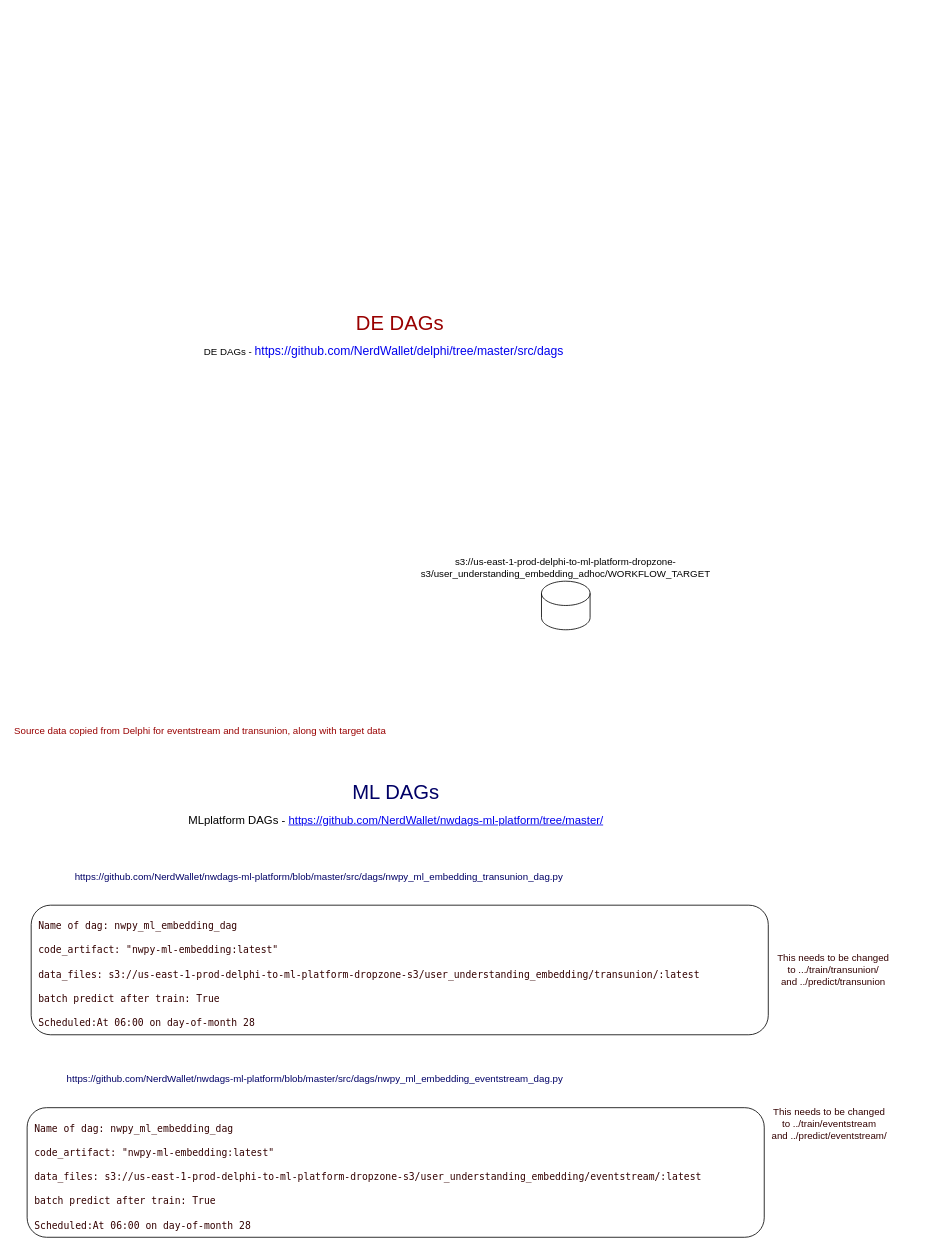
sjster/draw.io keeps this draw.io diagram as production_dags.drawio. Above is the earlier version. Source tidied: cells renumbered, new cells numbered last; positions are measured from the earlier drawing's top-left corner, leaving out a move shared by most shapes. Both pictures are drawn from the tidied source at 81%, with x=0, y=0 at pixel (27, 305).
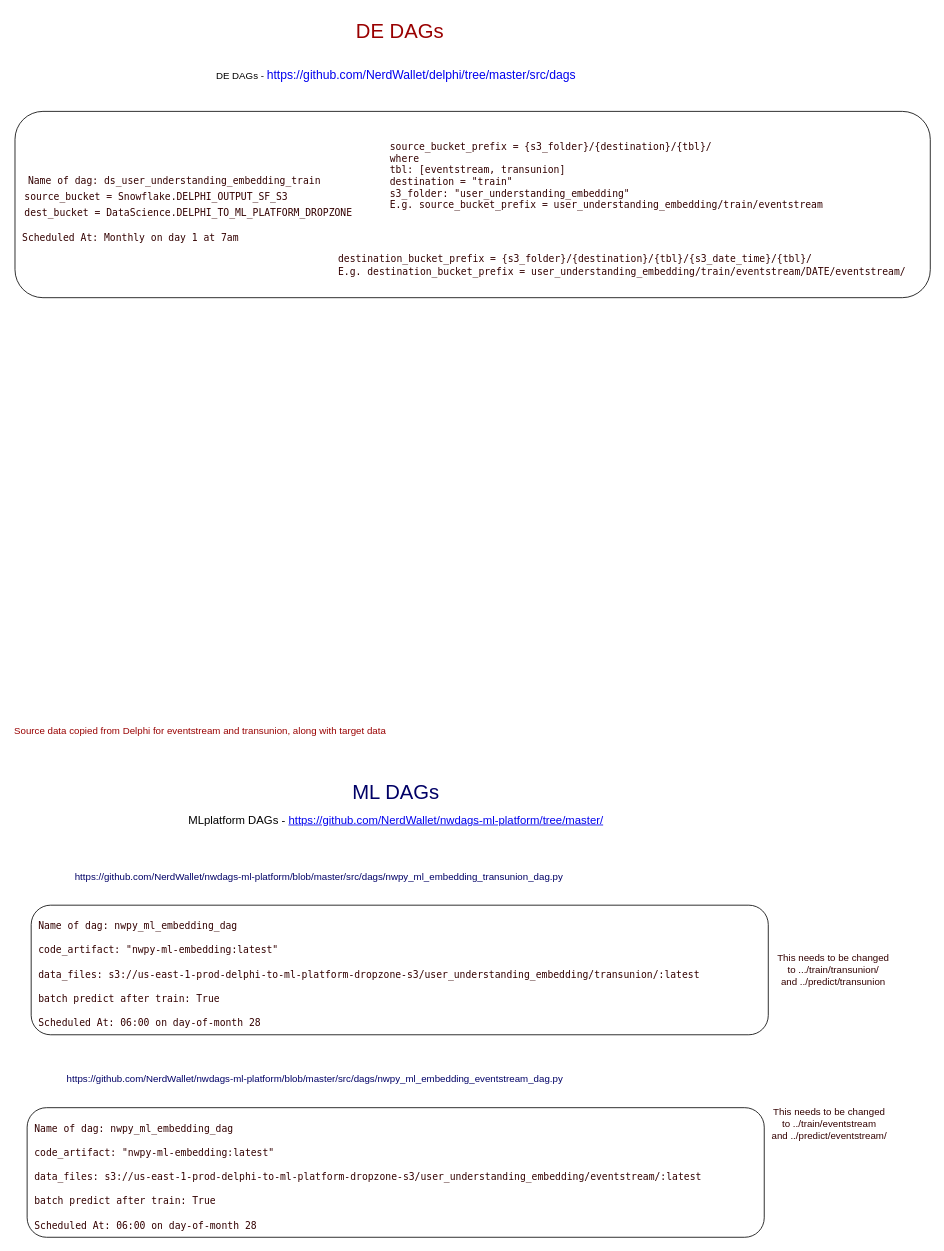
The same page after the edit.

Commit message:
DE embedding train updated

The edit, as a diff of the source:
```diff
@@
-    <mxCell id="2" value="s3://us-east-1-prod-delphi-to-ml-platform-dropzone-s3/user_understanding_embedding_adhoc/WORKFLOW_TARGET" style="shape=cylinder3;whiteSpace=wrap;html=1;boundedLbl=1;backgroundOutline=1;size=15;labelPosition=center;verticalLabelPosition=top;align=center;verticalAlign=bottom;" parent="1" vertex="1">
-      <mxGeometry x="635" y="340" width="60" height="60" as="geometry" />
-    </mxCell>
@@
     <mxCell id="6" value="DE DAGs -&amp;nbsp;&lt;a style=&quot;box-sizing: inherit; text-decoration-line: none; font-family: Slack-Lato, Slack-Fractions, appleLogo, sans-serif; font-size: 15px; font-variant-ligatures: common-ligatures; text-align: left;&quot; tabindex=&quot;-1&quot; rel=&quot;noopener noreferrer&quot; href=&quot;https://github.com/NerdWallet/delphi/tree/master/src/dags&quot; class=&quot;c-link&quot; target=&quot;_blank&quot;&gt;https://github.com/NerdWallet/delphi/tree/master/src/dags&lt;/a&gt;" style="text;html=1;align=center;verticalAlign=middle;strokeColor=none;fillColor=none;fontColor=#000000;" parent="1" vertex="1">
-      <mxGeometry x="205" y="40" width="470" height="30" as="geometry" />
+      <mxGeometry x="220" y="-300" width="470" height="30" as="geometry" />
     </mxCell>
     <mxCell id="7" value="&lt;font color=&quot;#990000&quot; style=&quot;font-size: 25px;&quot;&gt;DE DAGs&lt;/font&gt;" style="text;html=1;align=center;verticalAlign=middle;strokeColor=none;fillColor=none;" parent="1" vertex="1">
-      <mxGeometry x="395" width="130" height="40" as="geometry" />
+      <mxGeometry x="395" y="-360" width="130" height="40" as="geometry" />
     </mxCell>
@@
-    <mxCell id="9" value="&lt;span style=&quot;caret-color: rgb(165, 214, 255); font-family: ui-monospace, SFMono-Regular, &amp;quot;SF Mono&amp;quot;, Menlo, Consolas, &amp;quot;Liberation Mono&amp;quot;, monospace; font-size: 12px; text-size-adjust: auto;&quot;&gt;&lt;font color=&quot;#330000&quot;&gt;&lt;span style=&quot;white-space: pre;&quot;&gt; &lt;/span&gt;Name of dag: nwpy_ml_embedding_dag&lt;br&gt;&lt;span style=&quot;box-sizing: border-box; caret-color: rgb(201, 209, 217); text-size-adjust: auto;&quot; class=&quot;pl-s1&quot;&gt;&lt;span style=&quot;box-sizing: border-box;&quot; data-hydro-click=&quot;{&amp;quot;event_type&amp;quot;:&amp;quot;code_navigation.click_on_symbol&amp;quot;,&amp;quot;payload&amp;quot;:{&amp;quot;action&amp;quot;:&amp;quot;click_on_symbol&amp;quot;,&amp;quot;repository_id&amp;quot;:171959319,&amp;quot;ref&amp;quot;:&amp;quot;master&amp;quot;,&amp;quot;language&amp;quot;:&amp;quot;Python&amp;quot;,&amp;quot;backend&amp;quot;:&amp;quot;ALEPH_PRECISE&amp;quot;,&amp;quot;code_nav_context&amp;quot;:&amp;quot;BLOB_VIEW&amp;quot;,&amp;quot;retry_backend&amp;quot;:&amp;quot;&amp;quot;,&amp;quot;originating_url&amp;quot;:&amp;quot;https://github.com/NerdWallet/nwdags-ml-platform/find-definition?q=code_artifact&amp;amp;blob_path=src%2Fdags%2Fnwpy_ml_embedding_eventstream_dag.py&amp;amp;ref=master&amp;amp;language=Python&amp;amp;row=12&amp;amp;col=0&amp;amp;code_nav_context=BLOB_VIEW&amp;quot;,&amp;quot;user_id&amp;quot;:102988599}}&quot; class=&quot;pl-token&quot;&gt;&lt;span style=&quot;white-space: pre;&quot;&gt; &lt;/span&gt;code_artifact:&lt;/span&gt;&lt;/span&gt;&lt;span style=&quot;caret-color: rgb(201, 209, 217); text-size-adjust: auto;&quot;&gt;&amp;nbsp;&lt;/span&gt;&lt;span style=&quot;box-sizing: border-box; text-size-adjust: auto;&quot; class=&quot;pl-s&quot;&gt;&quot;nwpy-ml-embedding:latest&quot;&lt;br&gt;&lt;span style=&quot;text-size-adjust: auto;&quot;&gt;&lt;span style=&quot;white-space: pre;&quot;&gt; &lt;/span&gt;data_files: s3://us-east-1-prod-delphi-to-ml-platform-dropzone-s3/user_understanding_embedding/transunion/:latest&lt;br&gt;&lt;/span&gt;&lt;/span&gt;&lt;span style=&quot;white-space: pre;&quot;&gt; &lt;/span&gt;batch predict after train: True&amp;nbsp;&lt;br&gt;&lt;/font&gt;&lt;span style=&quot;caret-color: rgb(139, 148, 158); text-size-adjust: auto;&quot;&gt;&lt;font color=&quot;#330000&quot;&gt;&lt;span style=&quot;white-space: pre;&quot;&gt; &lt;/span&gt;Scheduled:At 06:00 on day-of-month 28&lt;/font&gt;&lt;/span&gt;&lt;br&gt;&lt;/span&gt;" style="rounded=1;whiteSpace=wrap;html=1;fontSize=25;fontColor=#000066;align=left;" parent="1" vertex="1">
+    <mxCell id="9" value="&lt;span style=&quot;caret-color: rgb(165, 214, 255); font-family: ui-monospace, SFMono-Regular, &amp;quot;SF Mono&amp;quot;, Menlo, Consolas, &amp;quot;Liberation Mono&amp;quot;, monospace; font-size: 12px; text-size-adjust: auto;&quot;&gt;&lt;font color=&quot;#330000&quot;&gt;&lt;span style=&quot;white-space: pre;&quot;&gt; &lt;/span&gt;Name of dag: nwpy_ml_embedding_dag&lt;br&gt;&lt;span style=&quot;box-sizing: border-box; caret-color: rgb(201, 209, 217); text-size-adjust: auto;&quot; class=&quot;pl-s1&quot;&gt;&lt;span style=&quot;box-sizing: border-box;&quot; data-hydro-click=&quot;{&amp;quot;event_type&amp;quot;:&amp;quot;code_navigation.click_on_symbol&amp;quot;,&amp;quot;payload&amp;quot;:{&amp;quot;action&amp;quot;:&amp;quot;click_on_symbol&amp;quot;,&amp;quot;repository_id&amp;quot;:171959319,&amp;quot;ref&amp;quot;:&amp;quot;master&amp;quot;,&amp;quot;language&amp;quot;:&amp;quot;Python&amp;quot;,&amp;quot;backend&amp;quot;:&amp;quot;ALEPH_PRECISE&amp;quot;,&amp;quot;code_nav_context&amp;quot;:&amp;quot;BLOB_VIEW&amp;quot;,&amp;quot;retry_backend&amp;quot;:&amp;quot;&amp;quot;,&amp;quot;originating_url&amp;quot;:&amp;quot;https://github.com/NerdWallet/nwdags-ml-platform/find-definition?q=code_artifact&amp;amp;blob_path=src%2Fdags%2Fnwpy_ml_embedding_eventstream_dag.py&amp;amp;ref=master&amp;amp;language=Python&amp;amp;row=12&amp;amp;col=0&amp;amp;code_nav_context=BLOB_VIEW&amp;quot;,&amp;quot;user_id&amp;quot;:102988599}}&quot; class=&quot;pl-token&quot;&gt;&lt;span style=&quot;white-space: pre;&quot;&gt; &lt;/span&gt;code_artifact:&lt;/span&gt;&lt;/span&gt;&lt;span style=&quot;caret-color: rgb(201, 209, 217); text-size-adjust: auto;&quot;&gt;&amp;nbsp;&lt;/span&gt;&lt;span style=&quot;box-sizing: border-box; text-size-adjust: auto;&quot; class=&quot;pl-s&quot;&gt;&quot;nwpy-ml-embedding:latest&quot;&lt;br&gt;&lt;span style=&quot;text-size-adjust: auto;&quot;&gt;&lt;span style=&quot;white-space: pre;&quot;&gt; &lt;/span&gt;data_files: s3://us-east-1-prod-delphi-to-ml-platform-dropzone-s3/user_understanding_embedding/transunion/:latest&lt;br&gt;&lt;/span&gt;&lt;/span&gt;&lt;span style=&quot;white-space: pre;&quot;&gt; &lt;/span&gt;batch predict after train: True&amp;nbsp;&lt;br&gt;&lt;/font&gt;&lt;span style=&quot;caret-color: rgb(139, 148, 158); text-size-adjust: auto;&quot;&gt;&lt;font color=&quot;#330000&quot;&gt;&lt;span style=&quot;white-space: pre;&quot;&gt; &lt;/span&gt;Scheduled At: 06:00 on day-of-month 28&lt;/font&gt;&lt;/span&gt;&lt;br&gt;&lt;/span&gt;" style="rounded=1;whiteSpace=wrap;html=1;fontSize=25;fontColor=#000066;align=left;" parent="1" vertex="1">
       <mxGeometry x="5" y="740" width="910" height="160" as="geometry" />
     </mxCell>
@@
-    <mxCell id="12" value="&lt;span style=&quot;caret-color: rgb(165, 214, 255); font-family: ui-monospace, SFMono-Regular, &amp;quot;SF Mono&amp;quot;, Menlo, Consolas, &amp;quot;Liberation Mono&amp;quot;, monospace; font-size: 12px; text-size-adjust: auto;&quot;&gt;&lt;font color=&quot;#330000&quot;&gt;&lt;span style=&quot;white-space: pre;&quot;&gt; &lt;/span&gt;Name of dag: nwpy_ml_embedding_dag&lt;br&gt;&lt;span style=&quot;box-sizing: border-box; caret-color: rgb(201, 209, 217); text-size-adjust: auto;&quot; class=&quot;pl-s1&quot;&gt;&lt;span style=&quot;box-sizing: border-box;&quot; data-hydro-click=&quot;{&amp;quot;event_type&amp;quot;:&amp;quot;code_navigation.click_on_symbol&amp;quot;,&amp;quot;payload&amp;quot;:{&amp;quot;action&amp;quot;:&amp;quot;click_on_symbol&amp;quot;,&amp;quot;repository_id&amp;quot;:171959319,&amp;quot;ref&amp;quot;:&amp;quot;master&amp;quot;,&amp;quot;language&amp;quot;:&amp;quot;Python&amp;quot;,&amp;quot;backend&amp;quot;:&amp;quot;ALEPH_PRECISE&amp;quot;,&amp;quot;code_nav_context&amp;quot;:&amp;quot;BLOB_VIEW&amp;quot;,&amp;quot;retry_backend&amp;quot;:&amp;quot;&amp;quot;,&amp;quot;originating_url&amp;quot;:&amp;quot;https://github.com/NerdWallet/nwdags-ml-platform/find-definition?q=code_artifact&amp;amp;blob_path=src%2Fdags%2Fnwpy_ml_embedding_eventstream_dag.py&amp;amp;ref=master&amp;amp;language=Python&amp;amp;row=12&amp;amp;col=0&amp;amp;code_nav_context=BLOB_VIEW&amp;quot;,&amp;quot;user_id&amp;quot;:102988599}}&quot; class=&quot;pl-token&quot;&gt;&lt;span style=&quot;white-space: pre;&quot;&gt; &lt;/span&gt;code_artifact:&lt;/span&gt;&lt;/span&gt;&lt;span style=&quot;caret-color: rgb(201, 209, 217); text-size-adjust: auto;&quot;&gt;&amp;nbsp;&lt;/span&gt;&lt;span style=&quot;box-sizing: border-box; text-size-adjust: auto;&quot; class=&quot;pl-s&quot;&gt;&quot;nwpy-ml-embedding:latest&quot;&lt;br&gt;&lt;span style=&quot;text-size-adjust: auto;&quot;&gt;&lt;span style=&quot;white-space: pre;&quot;&gt; &lt;/span&gt;data_files: s3://us-east-1-prod-delphi-to-ml-platform-dropzone-s3/user_understanding_embedding/eventstream/:latest&lt;br&gt;&lt;/span&gt;&lt;/span&gt;&lt;span style=&quot;white-space: pre;&quot;&gt; &lt;/span&gt;batch predict after train: True&amp;nbsp;&lt;br&gt;&lt;/font&gt;&lt;span style=&quot;caret-color: rgb(139, 148, 158); text-size-adjust: auto;&quot;&gt;&lt;font color=&quot;#330000&quot;&gt;&lt;span style=&quot;white-space: pre;&quot;&gt; &lt;/span&gt;Scheduled:At 06:00 on day-of-month 28&lt;/font&gt;&lt;/span&gt;&lt;br&gt;&lt;/span&gt;" style="rounded=1;whiteSpace=wrap;html=1;fontSize=25;fontColor=#000066;align=left;" parent="1" vertex="1">
+    <mxCell id="12" value="&lt;span style=&quot;caret-color: rgb(165, 214, 255); font-family: ui-monospace, SFMono-Regular, &amp;quot;SF Mono&amp;quot;, Menlo, Consolas, &amp;quot;Liberation Mono&amp;quot;, monospace; font-size: 12px; text-size-adjust: auto;&quot;&gt;&lt;font color=&quot;#330000&quot;&gt;&lt;span style=&quot;white-space: pre;&quot;&gt; &lt;/span&gt;Name of dag: nwpy_ml_embedding_dag&lt;br&gt;&lt;span style=&quot;box-sizing: border-box; caret-color: rgb(201, 209, 217); text-size-adjust: auto;&quot; class=&quot;pl-s1&quot;&gt;&lt;span style=&quot;box-sizing: border-box;&quot; data-hydro-click=&quot;{&amp;quot;event_type&amp;quot;:&amp;quot;code_navigation.click_on_symbol&amp;quot;,&amp;quot;payload&amp;quot;:{&amp;quot;action&amp;quot;:&amp;quot;click_on_symbol&amp;quot;,&amp;quot;repository_id&amp;quot;:171959319,&amp;quot;ref&amp;quot;:&amp;quot;master&amp;quot;,&amp;quot;language&amp;quot;:&amp;quot;Python&amp;quot;,&amp;quot;backend&amp;quot;:&amp;quot;ALEPH_PRECISE&amp;quot;,&amp;quot;code_nav_context&amp;quot;:&amp;quot;BLOB_VIEW&amp;quot;,&amp;quot;retry_backend&amp;quot;:&amp;quot;&amp;quot;,&amp;quot;originating_url&amp;quot;:&amp;quot;https://github.com/NerdWallet/nwdags-ml-platform/find-definition?q=code_artifact&amp;amp;blob_path=src%2Fdags%2Fnwpy_ml_embedding_eventstream_dag.py&amp;amp;ref=master&amp;amp;language=Python&amp;amp;row=12&amp;amp;col=0&amp;amp;code_nav_context=BLOB_VIEW&amp;quot;,&amp;quot;user_id&amp;quot;:102988599}}&quot; class=&quot;pl-token&quot;&gt;&lt;span style=&quot;white-space: pre;&quot;&gt; &lt;/span&gt;code_artifact:&lt;/span&gt;&lt;/span&gt;&lt;span style=&quot;caret-color: rgb(201, 209, 217); text-size-adjust: auto;&quot;&gt;&amp;nbsp;&lt;/span&gt;&lt;span style=&quot;box-sizing: border-box; text-size-adjust: auto;&quot; class=&quot;pl-s&quot;&gt;&quot;nwpy-ml-embedding:latest&quot;&lt;br&gt;&lt;span style=&quot;text-size-adjust: auto;&quot;&gt;&lt;span style=&quot;white-space: pre;&quot;&gt; &lt;/span&gt;data_files: s3://us-east-1-prod-delphi-to-ml-platform-dropzone-s3/user_understanding_embedding/eventstream/:latest&lt;br&gt;&lt;/span&gt;&lt;/span&gt;&lt;span style=&quot;white-space: pre;&quot;&gt; &lt;/span&gt;batch predict after train: True&amp;nbsp;&lt;br&gt;&lt;/font&gt;&lt;span style=&quot;caret-color: rgb(139, 148, 158); text-size-adjust: auto;&quot;&gt;&lt;font color=&quot;#330000&quot;&gt;&lt;span style=&quot;white-space: pre;&quot;&gt; &lt;/span&gt;Scheduled At: 06:00 on day-of-month 28&lt;/font&gt;&lt;/span&gt;&lt;br&gt;&lt;/span&gt;" style="rounded=1;whiteSpace=wrap;html=1;fontSize=25;fontColor=#000066;align=left;" parent="1" vertex="1">
       <mxGeometry y="990" width="910" height="160" as="geometry" />
     </mxCell>
@@
+    <mxCell id="15" value="&lt;span style=&quot;caret-color: rgb(165, 214, 255); font-family: ui-monospace, SFMono-Regular, &amp;quot;SF Mono&amp;quot;, Menlo, Consolas, &amp;quot;Liberation Mono&amp;quot;, monospace; font-size: 12px; text-size-adjust: auto;&quot;&gt;&lt;font color=&quot;#330000&quot;&gt;&lt;span style=&quot;&quot;&gt;&lt;/span&gt;&amp;nbsp; Name of dag:&amp;nbsp;&lt;/font&gt;&lt;span style=&quot;text-size-adjust: auto;&quot;&gt;&lt;font color=&quot;#330000&quot;&gt;ds_user_understanding_embedding_train&lt;/font&gt;&lt;/span&gt;&lt;font color=&quot;#330000&quot;&gt;&lt;span style=&quot;box-sizing: border-box; text-size-adjust: auto;&quot; class=&quot;pl-s&quot;&gt;&lt;br&gt;&lt;/span&gt;&lt;/font&gt;&lt;table style=&quot;border-spacing: 0px; border-collapse: collapse; tab-size: 8; caret-color: rgb(201, 209, 217); color: rgb(201, 209, 217); font-family: -apple-system, BlinkMacSystemFont, &amp;quot;Segoe UI&amp;quot;, Helvetica, Arial, sans-serif, &amp;quot;Apple Color Emoji&amp;quot;, &amp;quot;Segoe UI Emoji&amp;quot;; font-size: 14px; text-indent: 0px; text-size-adjust: auto;&quot; class=&quot;highlight tab-size js-file-line-container js-code-nav-container js-tagsearch-file&quot;&gt;&lt;tbody style=&quot;box-sizing: border-box;&quot;&gt;&lt;tr style=&quot;box-sizing: border-box;&quot;&gt;&lt;td style=&quot;box-sizing: border-box; padding: 0px 10px; position: relative; line-height: 20px; vertical-align: top; overflow: visible; font-family: ui-monospace, SFMono-Regular, &amp;quot;SF Mono&amp;quot;, Menlo, Consolas, &amp;quot;Liberation Mono&amp;quot;, monospace; font-size: 12px; overflow-wrap: normal;&quot; class=&quot;blob-code blob-code-inner js-file-line&quot; id=&quot;LC97&quot;&gt;&lt;font color=&quot;#330000&quot;&gt;&lt;span style=&quot;box-sizing: border-box;&quot; class=&quot;pl-s1&quot;&gt;&lt;span style=&quot;box-sizing: border-box;&quot; data-hydro-click=&quot;{&amp;quot;event_type&amp;quot;:&amp;quot;code_navigation.click_on_symbol&amp;quot;,&amp;quot;payload&amp;quot;:{&amp;quot;action&amp;quot;:&amp;quot;click_on_symbol&amp;quot;,&amp;quot;repository_id&amp;quot;:181556173,&amp;quot;ref&amp;quot;:&amp;quot;master&amp;quot;,&amp;quot;language&amp;quot;:&amp;quot;Python&amp;quot;,&amp;quot;backend&amp;quot;:&amp;quot;ALEPH_PRECISE&amp;quot;,&amp;quot;code_nav_context&amp;quot;:&amp;quot;BLOB_VIEW&amp;quot;,&amp;quot;retry_backend&amp;quot;:&amp;quot;&amp;quot;,&amp;quot;originating_url&amp;quot;:&amp;quot;https://github.com/NerdWallet/delphi/find-definition?q=source_bucket&amp;amp;blob_path=src%2Fdags%2Fds_user_understanding_embedding_train.py&amp;amp;ref=master&amp;amp;language=Python&amp;amp;row=96&amp;amp;col=4&amp;amp;code_nav_context=BLOB_VIEW&amp;quot;,&amp;quot;user_id&amp;quot;:102988599}}&quot; class=&quot;pl-token&quot;&gt;source_bucket&lt;/span&gt;&lt;/span&gt; &lt;span style=&quot;box-sizing: border-box;&quot; class=&quot;pl-c1&quot;&gt;=&lt;/span&gt; &lt;span style=&quot;box-sizing: border-box;&quot; class=&quot;pl-v&quot;&gt;&lt;span style=&quot;box-sizing: border-box;&quot; data-hydro-click=&quot;{&amp;quot;event_type&amp;quot;:&amp;quot;code_navigation.click_on_symbol&amp;quot;,&amp;quot;payload&amp;quot;:{&amp;quot;action&amp;quot;:&amp;quot;click_on_symbol&amp;quot;,&amp;quot;repository_id&amp;quot;:181556173,&amp;quot;ref&amp;quot;:&amp;quot;master&amp;quot;,&amp;quot;language&amp;quot;:&amp;quot;Python&amp;quot;,&amp;quot;backend&amp;quot;:&amp;quot;ALEPH_PRECISE&amp;quot;,&amp;quot;code_nav_context&amp;quot;:&amp;quot;BLOB_VIEW&amp;quot;,&amp;quot;retry_backend&amp;quot;:&amp;quot;&amp;quot;,&amp;quot;originating_url&amp;quot;:&amp;quot;https://github.com/NerdWallet/delphi/find-definition?q=Snowflake&amp;amp;blob_path=src%2Fdags%2Fds_user_understanding_embedding_train.py&amp;amp;ref=master&amp;amp;language=Python&amp;amp;row=96&amp;amp;col=20&amp;amp;code_nav_context=BLOB_VIEW&amp;quot;,&amp;quot;user_id&amp;quot;:102988599}}&quot; class=&quot;pl-token&quot;&gt;Snowflake&lt;/span&gt;&lt;/span&gt;.&lt;span style=&quot;box-sizing: border-box;&quot; class=&quot;pl-v&quot;&gt;&lt;span style=&quot;box-sizing: border-box;&quot; data-hydro-click=&quot;{&amp;quot;event_type&amp;quot;:&amp;quot;code_navigation.click_on_symbol&amp;quot;,&amp;quot;payload&amp;quot;:{&amp;quot;action&amp;quot;:&amp;quot;click_on_symbol&amp;quot;,&amp;quot;repository_id&amp;quot;:181556173,&amp;quot;ref&amp;quot;:&amp;quot;master&amp;quot;,&amp;quot;language&amp;quot;:&amp;quot;Python&amp;quot;,&amp;quot;backend&amp;quot;:&amp;quot;ALEPH_PRECISE&amp;quot;,&amp;quot;code_nav_context&amp;quot;:&amp;quot;BLOB_VIEW&amp;quot;,&amp;quot;retry_backend&amp;quot;:&amp;quot;&amp;quot;,&amp;quot;originating_url&amp;quot;:&amp;quot;https://github.com/NerdWallet/delphi/find-definition?q=DELPHI_OUTPUT_SF_S3&amp;amp;blob_path=src%2Fdags%2Fds_user_understanding_embedding_train.py&amp;amp;ref=master&amp;amp;language=Python&amp;amp;row=96&amp;amp;col=30&amp;amp;code_nav_context=BLOB_VIEW&amp;quot;,&amp;quot;user_id&amp;quot;:102988599}}&quot; class=&quot;pl-token&quot;&gt;DELPHI_OUTPUT_SF_S3&lt;br&gt;&lt;/span&gt;&lt;/span&gt;dest_bucket&amp;nbsp;&lt;/font&gt;&lt;span style=&quot;color: rgb(51, 0, 0); box-sizing: border-box;&quot; class=&quot;pl-c1&quot;&gt;=&lt;/span&gt;&lt;span style=&quot;color: rgb(51, 0, 0);&quot;&gt;&amp;nbsp;&lt;/span&gt;&lt;span style=&quot;color: rgb(51, 0, 0); box-sizing: border-box;&quot; class=&quot;pl-v&quot;&gt;DataScience&lt;/span&gt;&lt;span style=&quot;color: rgb(51, 0, 0);&quot;&gt;.&lt;/span&gt;&lt;span style=&quot;color: rgb(51, 0, 0); box-sizing: border-box;&quot; class=&quot;pl-v&quot;&gt;DELPHI_TO_ML_PLATFORM_DROPZONE&lt;/span&gt;&lt;br&gt;&lt;font style=&quot;caret-color: rgb(165, 214, 255);&quot; color=&quot;#330000&quot;&gt;&lt;/font&gt;&lt;/td&gt;&lt;/tr&gt;&lt;/tbody&gt;&lt;/table&gt;&lt;font color=&quot;#330000&quot;&gt;&lt;span style=&quot;caret-color: rgb(139, 148, 158); text-size-adjust: auto;&quot;&gt;&amp;nbsp;Scheduled At:&amp;nbsp;&lt;/span&gt;&lt;span style=&quot;caret-color: rgb(139, 148, 158); text-size-adjust: auto;&quot;&gt;Monthly on day 1 at 7am&lt;/span&gt;&lt;/font&gt;&lt;br&gt;&lt;/span&gt;" style="rounded=1;whiteSpace=wrap;html=1;fontSize=25;fontColor=#000066;align=left;" parent="1" vertex="1">
+      <mxGeometry x="-15" y="-240" width="1130" height="230" as="geometry" />
+    </mxCell>
+    <mxCell id="16" value="&lt;div style=&quot;text-align: left;&quot;&gt;&lt;span style=&quot;font-family: ui-monospace, SFMono-Regular, &amp;quot;SF Mono&amp;quot;, Menlo, Consolas, &amp;quot;Liberation Mono&amp;quot;, monospace; caret-color: rgb(165, 214, 255); background-color: initial;&quot;&gt;source_bucket_prefix = {s3_folder}/{destination}/{tbl}/&amp;nbsp;&lt;/span&gt;&lt;/div&gt;&lt;span style=&quot;caret-color: rgb(165, 214, 255); font-family: ui-monospace, SFMono-Regular, &amp;quot;SF Mono&amp;quot;, Menlo, Consolas, &amp;quot;Liberation Mono&amp;quot;, monospace; text-size-adjust: auto;&quot;&gt;&lt;div style=&quot;text-align: left;&quot;&gt;&lt;span style=&quot;background-color: initial;&quot;&gt;where&lt;/span&gt;&lt;/div&gt;&lt;div style=&quot;text-align: left;&quot;&gt;&lt;span style=&quot;background-color: initial;&quot;&gt;tbl: [eventstream, transunion]&lt;/span&gt;&lt;/div&gt;&lt;span style=&quot;box-sizing: border-box; caret-color: rgb(201, 209, 217); text-size-adjust: auto;&quot; class=&quot;pl-s1&quot;&gt;&lt;div style=&quot;text-align: left;&quot;&gt;&lt;span style=&quot;background-color: initial; box-sizing: border-box; text-size-adjust: auto;&quot; class=&quot;pl-s1&quot;&gt;&lt;span style=&quot;box-sizing: border-box;&quot; data-hydro-click=&quot;{&amp;quot;event_type&amp;quot;:&amp;quot;code_navigation.click_on_symbol&amp;quot;,&amp;quot;payload&amp;quot;:{&amp;quot;action&amp;quot;:&amp;quot;click_on_symbol&amp;quot;,&amp;quot;repository_id&amp;quot;:181556173,&amp;quot;ref&amp;quot;:&amp;quot;master&amp;quot;,&amp;quot;language&amp;quot;:&amp;quot;Python&amp;quot;,&amp;quot;backend&amp;quot;:&amp;quot;ALEPH_PRECISE&amp;quot;,&amp;quot;code_nav_context&amp;quot;:&amp;quot;BLOB_VIEW&amp;quot;,&amp;quot;retry_backend&amp;quot;:&amp;quot;&amp;quot;,&amp;quot;originating_url&amp;quot;:&amp;quot;https://github.com/NerdWallet/delphi/find-definition?q=destination&amp;amp;blob_path=src%2Fdags%2Fds_user_understanding_embedding_train.py&amp;amp;ref=master&amp;amp;language=Python&amp;amp;row=34&amp;amp;col=0&amp;amp;code_nav_context=BLOB_VIEW&amp;quot;,&amp;quot;user_id&amp;quot;:102988599}}&quot; class=&quot;pl-token&quot;&gt;destination&lt;/span&gt;&lt;/span&gt;&lt;span style=&quot;background-color: initial; text-size-adjust: auto;&quot;&gt; &lt;/span&gt;&lt;span style=&quot;caret-color: rgb(165, 214, 255); background-color: initial; box-sizing: border-box; text-size-adjust: auto;&quot; class=&quot;pl-c1&quot;&gt;=&lt;/span&gt;&lt;span style=&quot;background-color: initial; text-size-adjust: auto;&quot;&gt; &lt;/span&gt;&lt;span style=&quot;caret-color: rgb(165, 214, 255); background-color: initial; box-sizing: border-box; text-size-adjust: auto;&quot; class=&quot;pl-s&quot;&gt;&quot;train&quot;&lt;/span&gt;&lt;/div&gt;&lt;/span&gt;&lt;span style=&quot;box-sizing: border-box; text-size-adjust: auto;&quot; class=&quot;pl-s&quot;&gt;&lt;div style=&quot;text-align: left;&quot;&gt;&lt;span style=&quot;background-color: initial; box-sizing: border-box; text-size-adjust: auto;&quot; class=&quot;pl-s&quot;&gt;s3_folder&lt;/span&gt;&lt;span style=&quot;background-color: initial; caret-color: rgb(201, 209, 217); text-size-adjust: auto;&quot;&gt;: &lt;/span&gt;&lt;span style=&quot;background-color: initial; box-sizing: border-box; text-size-adjust: auto;&quot; class=&quot;pl-s&quot;&gt;&quot;user_understanding_embedding&quot;&lt;/span&gt;&lt;/div&gt;&lt;div style=&quot;text-align: left;&quot;&gt;E.g. source_bucket_prefix = user_understanding_embedding/train/eventstream&lt;/div&gt;&lt;/span&gt;&lt;/span&gt;" style="text;html=1;align=center;verticalAlign=middle;strokeColor=none;fillColor=none;fontSize=12;fontColor=#330000;" parent="1" vertex="1">
+      <mxGeometry x="435" y="-210" width="560" height="100" as="geometry" />
+    </mxCell>
+    <mxCell id="17" value="&lt;span style=&quot;caret-color: rgb(165, 214, 255); font-family: ui-monospace, SFMono-Regular, &amp;quot;SF Mono&amp;quot;, Menlo, Consolas, &amp;quot;Liberation Mono&amp;quot;, monospace; text-size-adjust: auto;&quot;&gt;&amp;nbsp;destination_bucket_prefix = {s3_folder}/{destination}/{tbl}/{s3_date_time}/{tbl}/&lt;br&gt;&amp;nbsp;E.g. destination_bucket_prefix = user_understanding_embedding/train/eventstream/DATE/eventstream/&lt;br&gt;&lt;/span&gt;" style="text;html=1;align=left;verticalAlign=middle;strokeColor=none;fillColor=none;fontSize=12;fontColor=#330000;" parent="1" vertex="1">
+      <mxGeometry x="375" y="-70" width="730" height="40" as="geometry" />
+    </mxCell>
```
